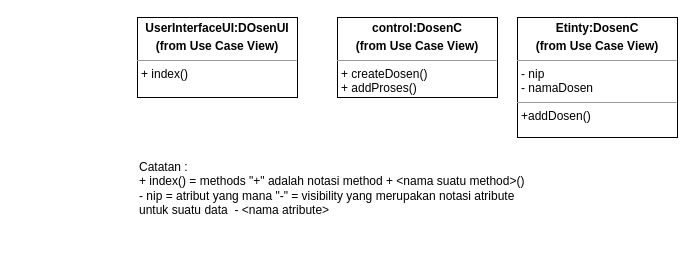
The draw.io diagram Pert 10/Diagram Entry Data Pert 10 Ads.drawio in mahesri/uml_ads_sms3, before the edit. Source tidied: cells renumbered, new cells numbered last; positions are measured from the earlier drawing's top-left corner, leaving out a move shared by most shapes. Both pictures are drawn from the tidied source at 100%, with x=0, y=0 at pixel (137, 17).
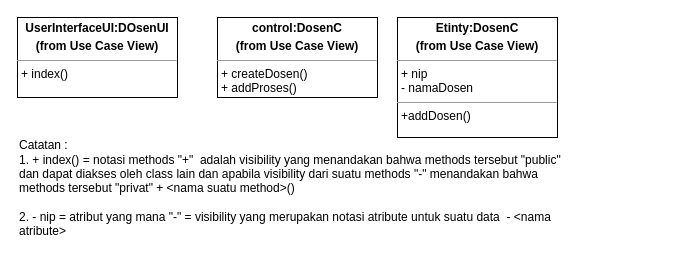
After the change.

Change to the diagram source:
```diff
@@
 <mxGraphModel>
   <root>
     <mxCell id="0" />
     <mxCell id="1" parent="0" />
+    <mxCell id="6" style="group;" parent="1" vertex="1">
+      <mxGeometry x="-120" width="570" height="221" as="geometry" />
+    </mxCell>
-    <mxCell id="2" value="&lt;p style=&quot;margin:0px;margin-top:4px;text-align:center;&quot;&gt;&lt;b&gt;UserInterfaceUI:DOsenUI&lt;/b&gt;&lt;/p&gt;&lt;p style=&quot;margin:0px;margin-top:4px;text-align:center;&quot;&gt;&lt;b&gt;(from Use Case View)&lt;/b&gt;&lt;/p&gt;&lt;hr size=&quot;1&quot;&gt;&lt;p style=&quot;margin:0px;margin-left:4px;&quot;&gt;+ index()&lt;/p&gt;" style="verticalAlign=top;align=left;overflow=fill;fontSize=12;fontFamily=Helvetica;html=1;whiteSpace=wrap;" parent="1" vertex="1">
+    <mxCell id="2" value="&lt;p style=&quot;margin:0px;margin-top:4px;text-align:center;&quot;&gt;&lt;b&gt;UserInterfaceUI:DOsenUI&lt;/b&gt;&lt;/p&gt;&lt;p style=&quot;margin:0px;margin-top:4px;text-align:center;&quot;&gt;&lt;b&gt;(from Use Case View)&lt;/b&gt;&lt;/p&gt;&lt;hr size=&quot;1&quot;&gt;&lt;p style=&quot;margin:0px;margin-left:4px;&quot;&gt;+ index()&lt;/p&gt;" style="verticalAlign=top;align=left;overflow=fill;fontSize=12;fontFamily=Helvetica;html=1;whiteSpace=wrap;" parent="6" vertex="1">
       <mxGeometry width="160" height="80" as="geometry" />
     </mxCell>
-    <mxCell id="3" value="&lt;p style=&quot;margin:0px;margin-top:4px;text-align:center;&quot;&gt;&lt;b&gt;control:DosenC&lt;/b&gt;&lt;/p&gt;&lt;p style=&quot;margin:0px;margin-top:4px;text-align:center;&quot;&gt;&lt;b&gt;(from Use Case View)&lt;/b&gt;&lt;/p&gt;&lt;hr size=&quot;1&quot;&gt;&lt;p style=&quot;margin:0px;margin-left:4px;&quot;&gt;+ createDosen()&lt;/p&gt;&lt;p style=&quot;margin:0px;margin-left:4px;&quot;&gt;+ addProses()&lt;/p&gt;" style="verticalAlign=top;align=left;overflow=fill;fontSize=12;fontFamily=Helvetica;html=1;whiteSpace=wrap;" parent="1" vertex="1">
+    <mxCell id="3" value="&lt;p style=&quot;margin:0px;margin-top:4px;text-align:center;&quot;&gt;&lt;b&gt;control:DosenC&lt;/b&gt;&lt;/p&gt;&lt;p style=&quot;margin:0px;margin-top:4px;text-align:center;&quot;&gt;&lt;b&gt;(from Use Case View)&lt;/b&gt;&lt;/p&gt;&lt;hr size=&quot;1&quot;&gt;&lt;p style=&quot;margin:0px;margin-left:4px;&quot;&gt;+ createDosen()&lt;/p&gt;&lt;p style=&quot;margin:0px;margin-left:4px;&quot;&gt;+ addProses()&lt;/p&gt;" style="verticalAlign=top;align=left;overflow=fill;fontSize=12;fontFamily=Helvetica;html=1;whiteSpace=wrap;" parent="6" vertex="1">
       <mxGeometry x="200" width="160" height="80" as="geometry" />
     </mxCell>
-    <mxCell id="4" value="Catatan :&lt;br&gt;+ index() = methods &quot;+&quot; adalah notasi method + &amp;lt;nama suatu method&amp;gt;()&lt;br&gt;- nip = atribut yang mana &quot;-&quot; = visibility yang merupakan notasi atribute untuk suatu data&amp;nbsp; - &amp;lt;nama atribute&amp;gt;" style="text;html=1;strokeColor=none;fillColor=none;align=left;verticalAlign=middle;whiteSpace=wrap;rounded=0;" parent="1" vertex="1">
-      <mxGeometry y="121" width="410" height="100" as="geometry" />
+    <mxCell id="4" value="Catatan :&lt;br&gt;1. + index() = notasi&amp;nbsp;methods &quot;+&quot;&amp;nbsp; adalah visibility yang menandakan bahwa methods tersebut &quot;public&quot; &lt;br&gt;dan dapat diakses oleh class lain dan apabila visibility dari suatu methods &quot;-&quot; menandakan bahwa methods tersebut &quot;privat&quot; + &amp;lt;nama suatu method&amp;gt;()&lt;br&gt;&lt;br&gt;2. - nip = atribut yang mana &quot;-&quot; = visibility yang merupakan notasi atribute untuk suatu data&amp;nbsp; - &amp;lt;nama atribute&amp;gt;" style="text;html=1;strokeColor=none;fillColor=none;align=left;verticalAlign=middle;whiteSpace=wrap;rounded=0;" parent="6" vertex="1">
+      <mxGeometry y="121" width="570" height="100" as="geometry" />
     </mxCell>
-    <mxCell id="5" value="&lt;p style=&quot;border-color: var(--border-color); margin: 4px 0px 0px; text-align: center;&quot;&gt;&lt;b style=&quot;border-color: var(--border-color);&quot;&gt;Etinty:DosenC&lt;/b&gt;&lt;/p&gt;&lt;p style=&quot;border-color: var(--border-color); margin: 4px 0px 0px; text-align: center;&quot;&gt;&lt;b style=&quot;border-color: var(--border-color);&quot;&gt;(from Use Case View)&lt;/b&gt;&lt;/p&gt;&lt;hr size=&quot;1&quot;&gt;&lt;p style=&quot;margin:0px;margin-left:4px;&quot;&gt;- nip&lt;/p&gt;&lt;p style=&quot;margin:0px;margin-left:4px;&quot;&gt;- namaDosen&lt;/p&gt;&lt;hr size=&quot;1&quot;&gt;&lt;p style=&quot;margin:0px;margin-left:4px;&quot;&gt;+addDosen()&lt;/p&gt;" style="verticalAlign=top;align=left;overflow=fill;fontSize=12;fontFamily=Helvetica;html=1;whiteSpace=wrap;" parent="1" vertex="1">
+    <mxCell id="5" value="&lt;p style=&quot;border-color: var(--border-color); margin: 4px 0px 0px; text-align: center;&quot;&gt;&lt;b style=&quot;border-color: var(--border-color);&quot;&gt;Etinty:DosenC&lt;/b&gt;&lt;/p&gt;&lt;p style=&quot;border-color: var(--border-color); margin: 4px 0px 0px; text-align: center;&quot;&gt;&lt;b style=&quot;border-color: var(--border-color);&quot;&gt;(from Use Case View)&lt;/b&gt;&lt;/p&gt;&lt;hr size=&quot;1&quot;&gt;&lt;p style=&quot;margin:0px;margin-left:4px;&quot;&gt;+ nip&lt;/p&gt;&lt;p style=&quot;margin:0px;margin-left:4px;&quot;&gt;- namaDosen&lt;/p&gt;&lt;hr size=&quot;1&quot;&gt;&lt;p style=&quot;margin:0px;margin-left:4px;&quot;&gt;+addDosen()&lt;/p&gt;" style="verticalAlign=top;align=left;overflow=fill;fontSize=12;fontFamily=Helvetica;html=1;whiteSpace=wrap;" parent="6" vertex="1">
       <mxGeometry x="380" width="160" height="120" as="geometry" />
     </mxCell>
   </root>
 </mxGraphModel>
```
